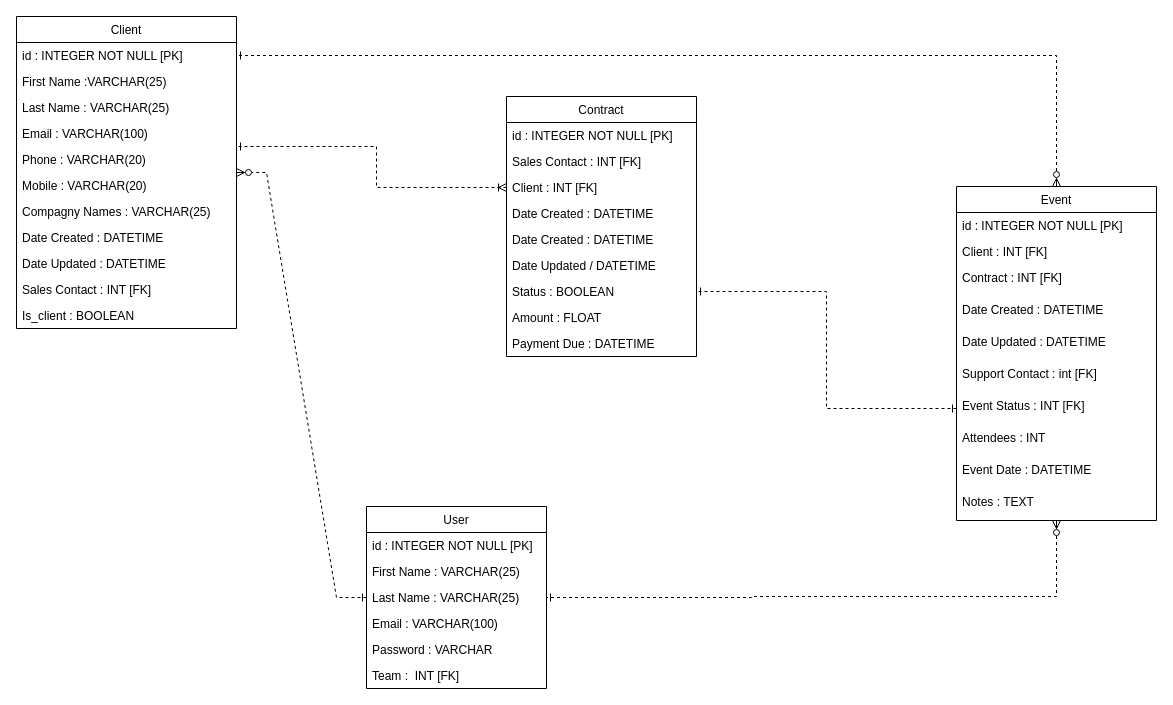
batshanti/Projet2 keeps this draw.io diagram as JPG_FILE/Diagramme sans nom.drawio. Above is the earlier version. Source tidied: cells renumbered, new cells numbered last; positions are measured from the earlier drawing's top-left corner, leaving out a move shared by most shapes. Both pictures are drawn from the tidied source at 100%, with x=0, y=0 at pixel (16, 16).
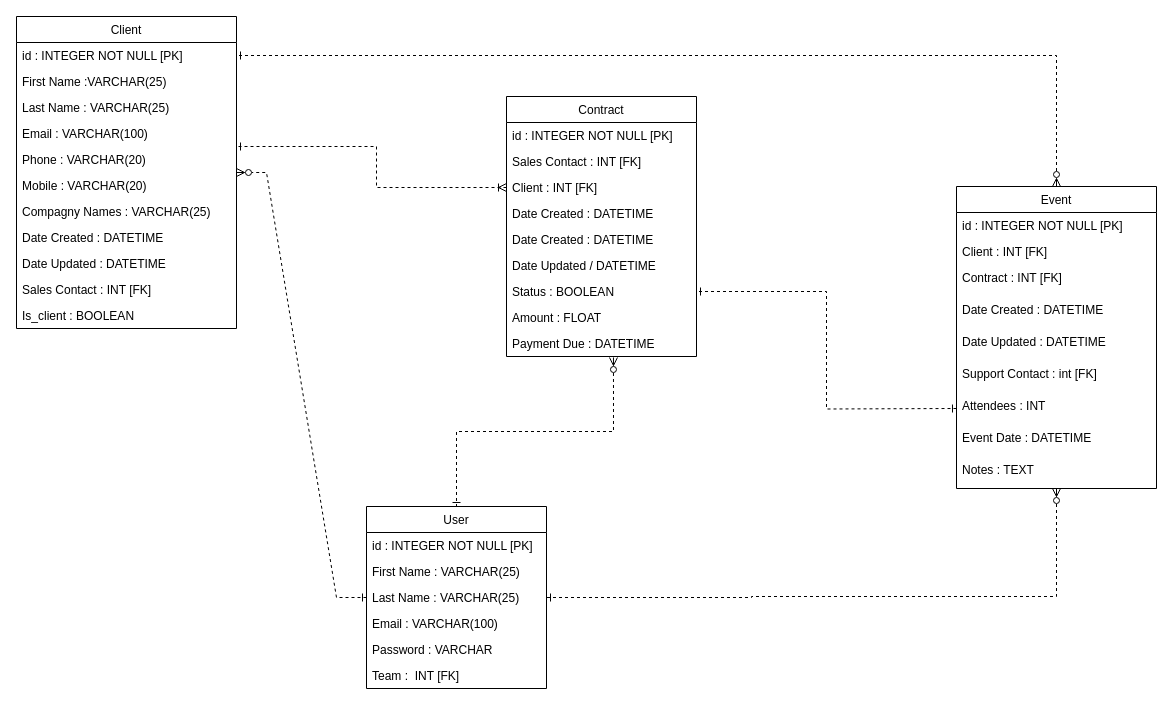
The same page after the edit.

Commit message:
Mettre à jour Diagramme sans nom.drawio

The change refers to these unchanged cells:
```xml
<mxCell id="27" value="Contract" style="swimlane;fontStyle=0;horizontal=1;startSize=26;fillColor=none;" parent="1" vertex="1">
  <mxGeometry x="490" y="80" width="190" height="260" as="geometry" />
</mxCell>
<mxCell id="36" value="Payment Due : DATETIME" style="text;strokeColor=none;fillColor=none;align=left;verticalAlign=top;spacingLeft=4;spacingRight=4;overflow=hidden;points=[[0,0.5],[1,0.5]];portConstraint=eastwest;" parent="27" vertex="1">
  <mxGeometry y="234" width="190" height="26" as="geometry" />
</mxCell>
<mxCell id="37" value="User" style="swimlane;fontStyle=0;horizontal=1;startSize=26;fillColor=none;" parent="1" vertex="1">
  <mxGeometry x="350" y="490" width="180" height="182" as="geometry" />
</mxCell>
```

The edit, as a diff of the source:
```diff
@@
     <mxCell id="4" value="Event" style="swimlane;fontStyle=0;horizontal=1;startSize=26;fillColor=none;direction=east;" parent="1" vertex="1">
-      <mxGeometry x="940" y="170" width="200" height="334" as="geometry" />
+      <mxGeometry x="940" y="170" width="200" height="302" as="geometry" />
     </mxCell>
@@
-    <mxCell id="11" value="Event Status : INT [FK]" style="text;strokeColor=none;fillColor=none;align=left;verticalAlign=top;spacingLeft=4;spacingRight=4;overflow=hidden;points=[[0,0.5],[1,0.5]];portConstraint=eastwest;" parent="4" vertex="1">
-      <mxGeometry y="206" width="200" height="32" as="geometry" />
-    </mxCell>
     <mxCell id="12" value="Attendees : INT" style="text;strokeColor=none;fillColor=none;align=left;verticalAlign=top;spacingLeft=4;spacingRight=4;overflow=hidden;" parent="4" vertex="1">
-      <mxGeometry y="238" width="200" height="32" as="geometry" />
+      <mxGeometry y="206" width="200" height="32" as="geometry" />
     </mxCell>
     <mxCell id="13" value="Event Date : DATETIME" style="text;strokeColor=none;fillColor=none;align=left;verticalAlign=top;spacingLeft=4;spacingRight=4;overflow=hidden;" parent="4" vertex="1">
-      <mxGeometry y="270" width="200" height="32" as="geometry" />
+      <mxGeometry y="238" width="200" height="32" as="geometry" />
     </mxCell>
     <mxCell id="14" value="Notes : TEXT" style="text;strokeColor=none;fillColor=none;align=left;verticalAlign=top;spacingLeft=4;spacingRight=4;overflow=hidden;" parent="4" vertex="1">
-      <mxGeometry y="302" width="200" height="32" as="geometry" />
+      <mxGeometry y="270" width="200" height="32" as="geometry" />
     </mxCell>
@@
-    <mxCell id="45" style="edgeStyle=orthogonalEdgeStyle;rounded=0;jettySize=auto;html=1;exitX=0;exitY=0.5;exitDx=0;exitDy=0;entryX=1;entryY=0.75;entryDx=0;entryDy=0;dashed=1;startArrow=ERone;startFill=0;endArrow=ERone;endFill=0;" parent="1" edge="1" source="11" target="27">
-      <mxGeometry relative="1" as="geometry" />
+    <mxCell id="45" style="edgeStyle=orthogonalEdgeStyle;rounded=0;jettySize=auto;html=1;exitX=0;exitY=0.5;exitDx=0;exitDy=0;entryX=1;entryY=0.75;entryDx=0;entryDy=0;dashed=1;startArrow=ERone;startFill=0;endArrow=ERone;endFill=0;" parent="1" edge="1" target="27">
+      <mxGeometry relative="1" as="geometry">
+        <mxPoint x="940" y="392" as="sourcePoint" />
+      </mxGeometry>
     </mxCell>
@@
+    <mxCell id="47" style="edgeStyle=orthogonalEdgeStyle;rounded=0;jettySize=auto;html=1;startArrow=ERzeroToMany;startFill=0;endArrow=ERone;endFill=0;dashed=1;exitX=0.563;exitY=1.038;exitDx=0;exitDy=0;exitPerimeter=0;" parent="1" edge="1" source="36" target="37">
+      <mxGeometry relative="1" as="geometry" />
+    </mxCell>
```
